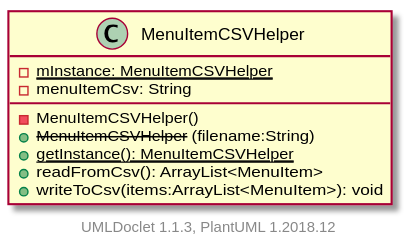
The PlantUML diagram projects/oodp/html/umlversion/uml/sg.edu.ntu.scse.cz2002.util.MenuItemCSVHelper.svg in itachi1706/How-to-use-Git-NTUSCSE1819-Site, before a commit.
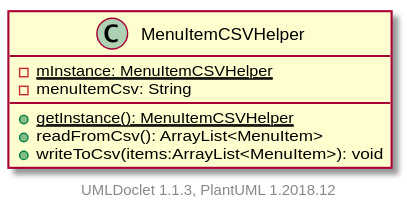
Later version of the same file.

What changed in the source:
```diff
@@ -3,8 +3,6 @@
     class MenuItemCSVHelper [[../sg/edu/ntu/scse/cz2002/util/MenuItemCSVHelper.html]] {
         {static} -mInstance: MenuItemCSVHelper
         -menuItemCsv: String
-        -MenuItemCSVHelper()
-        + --MenuItemCSVHelper-- (filename:String)
         {static} +getInstance(): MenuItemCSVHelper
         +readFromCsv(): ArrayList<MenuItem>
         +writeToCsv(items:ArrayList<MenuItem>): void
```
